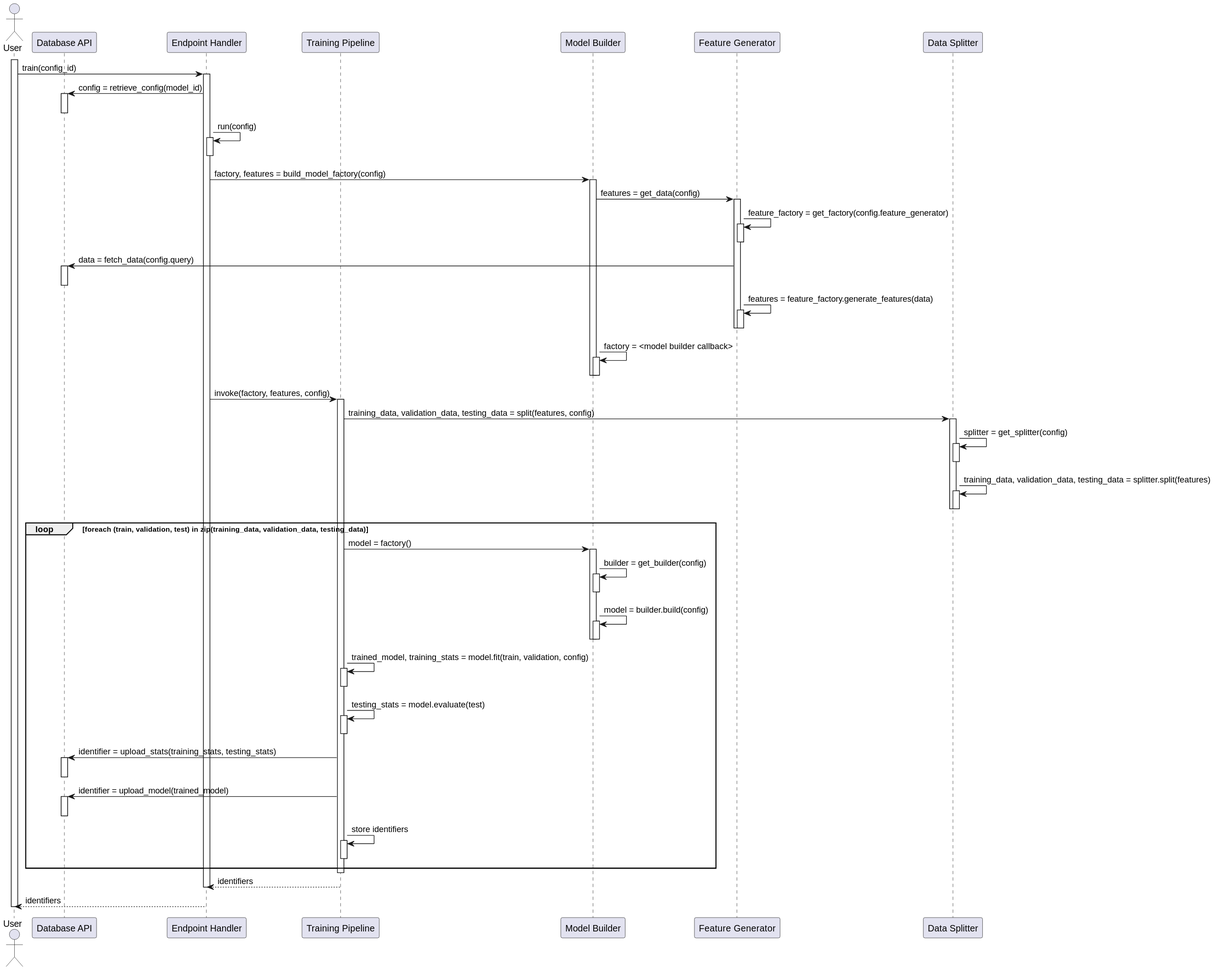
Before: docs/architecture/figures/training.svg, a diagram exported from PlantUML (mining-design-decisions/Maestro). Source of this version:
```plantuml
@startuml
actor "User" as User
participant "Database API" as DBApi
participant "Endpoint Handler" as Endpoint
participant "Training Pipeline" as TrainingPipeline
participant "Model Builder" as ModelBuilder
participant "Feature Generator" as FeatureGenerator
participant "Data Splitter" as Splitter


activate User
User -> Endpoint: train(config_id)
    activate Endpoint
    Endpoint -> DBApi: config = retrieve_config(model_id)
        activate DBApi
        deactivate DBApi
    Endpoint -> Endpoint: run(config)
        activate Endpoint
        deactivate Endpoint
        Endpoint -> ModelBuilder: factory, features = build_model_factory(config)
            activate ModelBuilder
            ModelBuilder -> FeatureGenerator: features = get_data(config)
                activate FeatureGenerator
                FeatureGenerator -> FeatureGenerator: feature_factory = get_factory(config.feature_generator)
                    activate FeatureGenerator
                    deactivate FeatureGenerator
                FeatureGenerator -> DBApi: data = fetch_data(config.query)
                    activate DBApi
                    deactivate DBApi
                FeatureGenerator -> FeatureGenerator: features = feature_factory.generate_features(data)
                    activate FeatureGenerator
                    deactivate FeatureGenerator
                deactivate FeatureGenerator
            ModelBuilder -> ModelBuilder: factory = <model builder callback>
                activate ModelBuilder
                deactivate ModelBuilder
            deactivate ModelBuilder
         Endpoint -> TrainingPipeline: invoke(factory, features, config)
            activate TrainingPipeline
            TrainingPipeline -> Splitter: training_data, validation_data, testing_data = split(features, config)
                activate Splitter
                Splitter -> Splitter: splitter = get_splitter(config)
                    activate Splitter
                    deactivate Splitter
                Splitter -> Splitter: training_data, validation_data, testing_data = splitter.split(features)
                    activate Splitter
                    deactivate Splitter
                deactivate Splitter
            loop foreach (train, validation, test) in zip(training_data, validation_data, testing_data)
                TrainingPipeline -> ModelBuilder: model = factory()
                    activate ModelBuilder
                    ModelBuilder -> ModelBuilder: builder = get_builder(config)
                        activate ModelBuilder
                        deactivate ModelBuilder
                    ModelBuilder -> ModelBuilder: model = builder.build(config)
                        activate ModelBuilder
                        deactivate ModelBuilder
                    deactivate ModelBuilder
                TrainingPipeline -> TrainingPipeline: trained_model, training_stats = model.fit(train, validation, config)
                    activate TrainingPipeline
                    deactivate TrainingPipeline
                TrainingPipeline -> TrainingPipeline: testing_stats = model.evaluate(test)
                    activate TrainingPipeline
                    deactivate TrainingPipeline
                TrainingPipeline -> DBApi: identifier = upload_stats(training_stats, testing_stats)
                    activate DBApi
                    deactivate DBApi
                TrainingPipeline -> DBApi: identifier = upload_model(trained_model)
                    activate DBApi
                    deactivate DBApi
                TrainingPipeline -> TrainingPipeline: store identifiers
                    activate TrainingPipeline
                    deactivate TrainingPipeline
            end loop
            deactivate TrainingPipeline
        Endpoint <-- TrainingPipeline: identifiers
    deactivate Endpoint
User <-- Endpoint: identifiers
deactivate User
@enduml
```
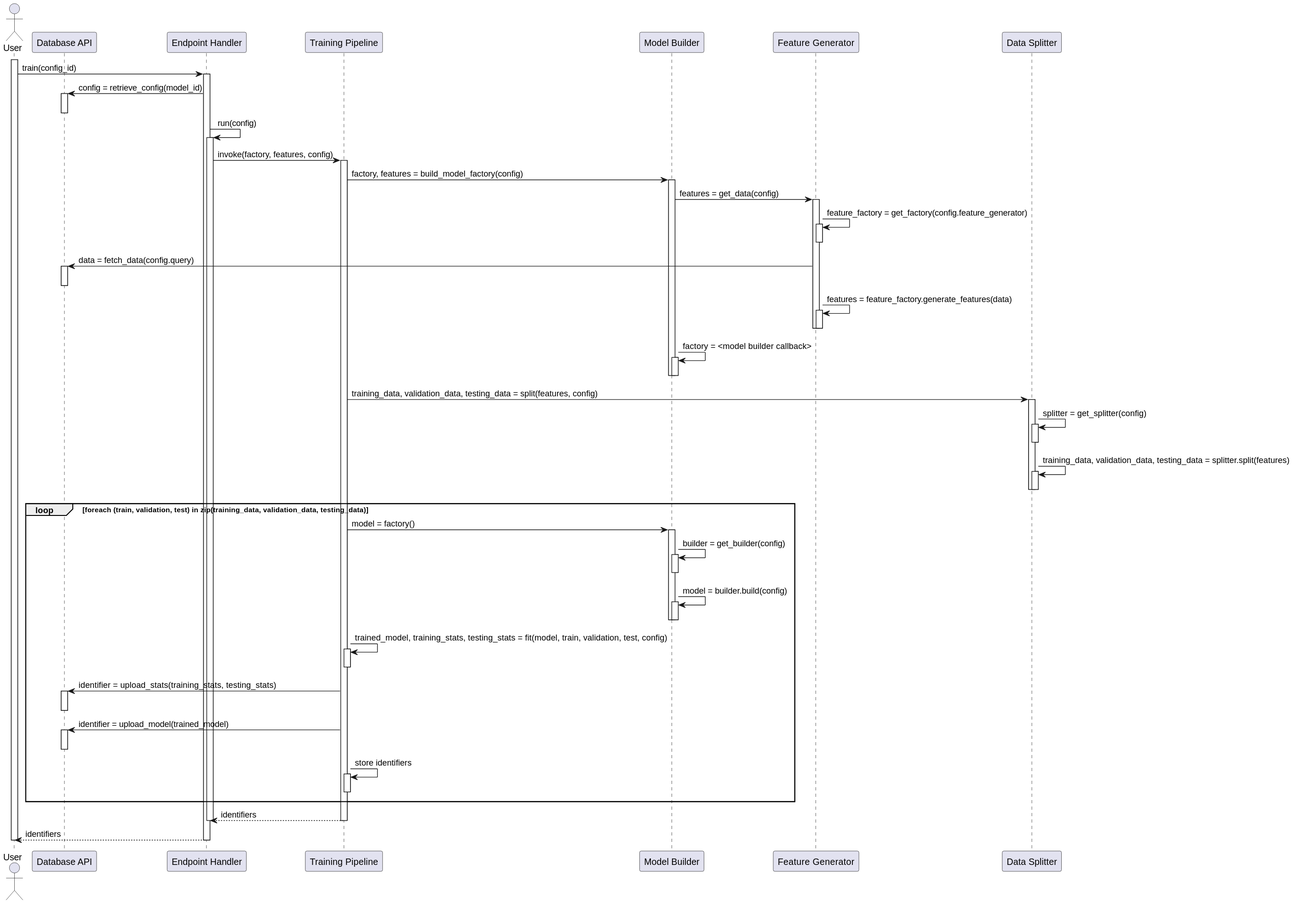
Later version of the same file.

Commit message:
Update architecture information for the dl_manager

Diff of the diagram source:
```diff
@@ -16,8 +16,9 @@
         deactivate DBApi
     Endpoint -> Endpoint: run(config)
         activate Endpoint
-        deactivate Endpoint
-        Endpoint -> ModelBuilder: factory, features = build_model_factory(config)
+        Endpoint -> TrainingPipeline: invoke(factory, features, config)
+            activate TrainingPipeline
+            TrainingPipeline -> ModelBuilder: factory, features = build_model_factory(config)
             activate ModelBuilder
             ModelBuilder -> FeatureGenerator: features = get_data(config)
                 activate FeatureGenerator
@@ -35,8 +36,6 @@
                 activate ModelBuilder
                 deactivate ModelBuilder
             deactivate ModelBuilder
-         Endpoint -> TrainingPipeline: invoke(factory, features, config)
-            activate TrainingPipeline
             TrainingPipeline -> Splitter: training_data, validation_data, testing_data = split(features, config)
                 activate Splitter
                 Splitter -> Splitter: splitter = get_splitter(config)
@@ -56,10 +55,7 @@
                         activate ModelBuilder
                         deactivate ModelBuilder
                     deactivate ModelBuilder
-                TrainingPipeline -> TrainingPipeline: trained_model, training_stats = model.fit(train, validation, config)
-                    activate TrainingPipeline
-                    deactivate TrainingPipeline
-                TrainingPipeline -> TrainingPipeline: testing_stats = model.evaluate(test)
+                TrainingPipeline -> TrainingPipeline: trained_model, training_stats, testing_stats = fit(model, train, validation, test, config)
                     activate TrainingPipeline
                     deactivate TrainingPipeline
                 TrainingPipeline -> DBApi: identifier = upload_stats(training_stats, testing_stats)
@@ -72,9 +68,10 @@
                     activate TrainingPipeline
                     deactivate TrainingPipeline
             end loop
-            deactivate TrainingPipeline
         Endpoint <-- TrainingPipeline: identifiers
-    deactivate Endpoint
+        deactivate TrainingPipeline
+        deactivate Endpoint
 User <-- Endpoint: identifiers
+deactivate Endpoint
 deactivate User
 @enduml
```
